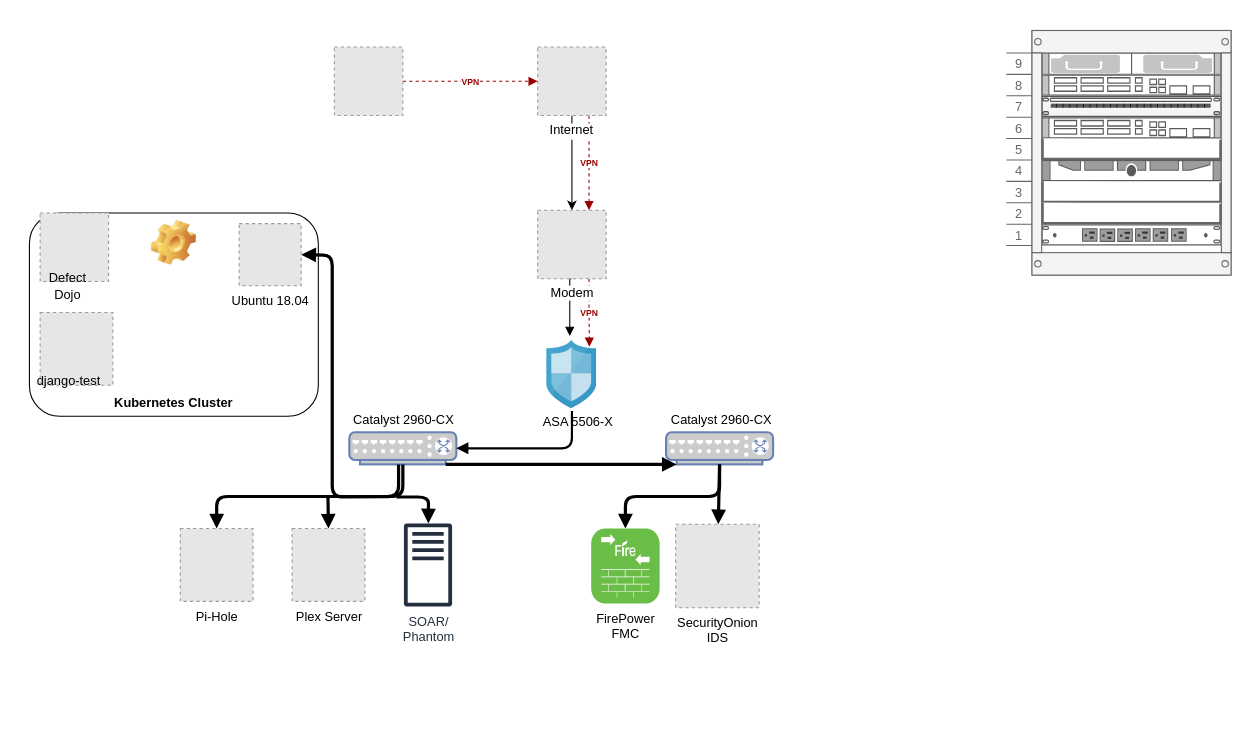
trae-horton/SOAR keeps this draw.io diagram as HomeLab.drawio. Above is the earlier version. Source tidied: cells renumbered, new cells numbered last; positions are measured from the earlier drawing's top-left corner, leaving out a move shared by most shapes. Both pictures are drawn from the tidied source at 107%, with x=0, y=0 at pixel (29, 30). Pictures stored in the file or linked from it are replaced by grey dashed boxes.
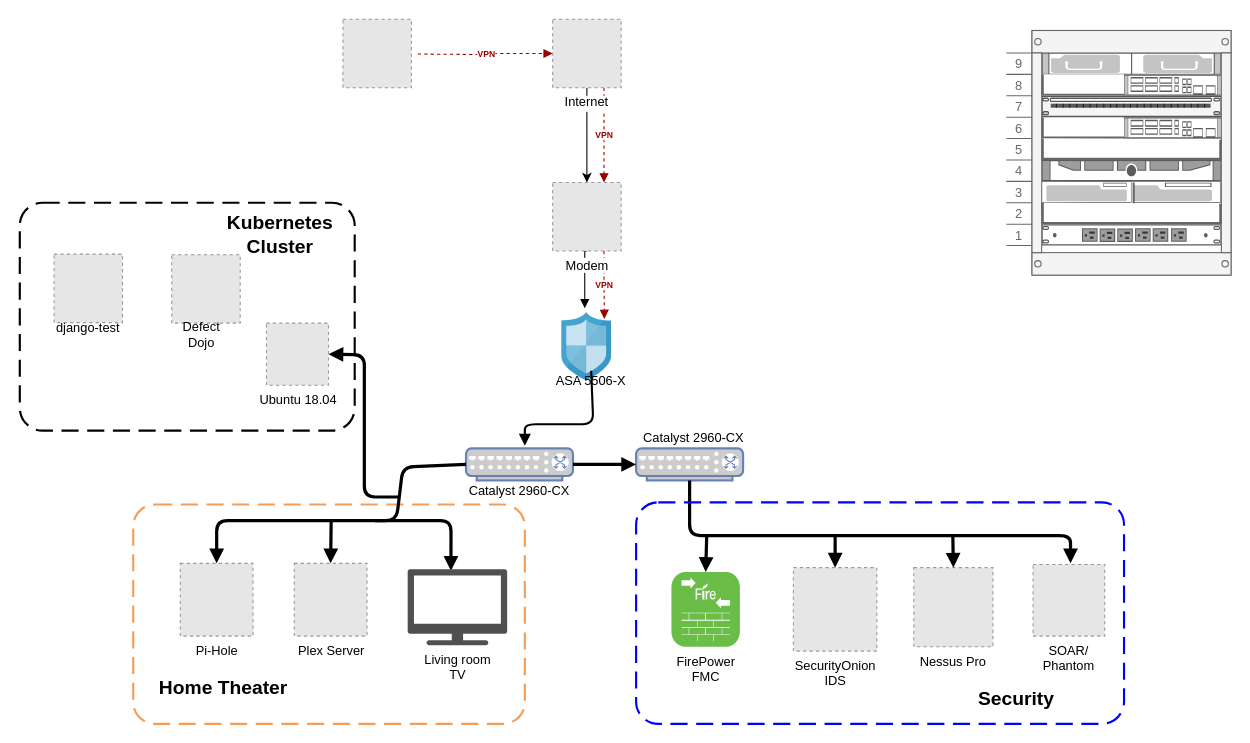
After the change.

The change refers to these unchanged cells:
```xml
<mxCell id="12" style="strokeColor=#666666;html=1;verticalLabelPosition=bottom;labelBackgroundColor=#ffffff;verticalAlign=top;shadow=0;dashed=0;shape=mxgraph.rackGeneral.container;fillColor2=#f4f4f4;fillColor=#ffffff;allowGaps=1;textColor=#666666;numDisp=ascend;" parent="1" vertex="1">
  <mxGeometry x="913" width="210" height="228.6" as="geometry" />
</mxCell>
```

Change to the diagram source:
```diff
@@
-    <mxCell id="2" value="Kubernetes Cluster" style="label;whiteSpace=wrap;html=1;align=center;verticalAlign=bottom;spacingLeft=0;spacingBottom=4;imageAlign=center;imageVerticalAlign=top;image=img/clipart/Gear_128x128.png;" parent="1" vertex="1">
-      <mxGeometry y="170.5" width="270" height="190" as="geometry" />
-    </mxCell>
+    <mxCell id="45" style="rounded=1;arcSize=10;dashed=1;strokeColor=#F59D56;fillColor=none;gradientColor=none;dashPattern=8 4;strokeWidth=2;" parent="1" vertex="1">
+      <mxGeometry x="97" y="443" width="366" height="205" as="geometry" />
+    </mxCell>
+    <mxCell id="46" style="rounded=1;arcSize=10;dashed=1;strokeColor=#000000;fillColor=none;gradientColor=none;dashPattern=8 4;strokeWidth=2;" parent="1" vertex="1">
+      <mxGeometry x="-9" y="161" width="313" height="213" as="geometry" />
+    </mxCell>
@@
     <mxCell id="5" value="Internet" style="fillColor=#E6E6E6;strokeColor=#999999;dashed=1;verticalLabelPosition=bottom;verticalAlign=top;labelBackgroundColor=#ffffff;" parent="1" vertex="1">
-      <mxGeometry x="475" y="15.5" width="64" height="64" as="geometry" />
+      <mxGeometry x="489" y="-10.5" width="64" height="64" as="geometry" />
     </mxCell>
@@
     <mxCell id="7" style="edgeStyle=orthogonalEdgeStyle;rounded=0;jettySize=auto;html=1;exitX=0.5;exitY=1;exitDx=0;exitDy=0;endArrow=block;endFill=1;strokeColor=#000000;fontSize=8;fontColor=#990000;" parent="1" edge="1" source="8">
       <mxGeometry relative="1" as="geometry">
-        <mxPoint x="505" y="285.5" as="targetPoint" />
+        <mxPoint x="519" y="259.5" as="targetPoint" />
         <Array as="points">
-          <mxPoint x="505" y="231.5" />
+          <mxPoint x="519" y="205.5" />
         </Array>
       </mxGeometry>
     </mxCell>
     <mxCell id="8" value="Modem" style="fillColor=#E6E6E6;strokeColor=#999999;dashed=1;html=1;verticalAlign=top;verticalLabelPosition=bottom;labelBackgroundColor=#ffffff;" parent="1" vertex="1">
-      <mxGeometry x="475" y="168" width="64" height="64" as="geometry" />
+      <mxGeometry x="489" y="142" width="64" height="64" as="geometry" />
     </mxCell>
     <mxCell id="9" style="html=1;perimeter=none;align=center;shadow=0;dashed=0;image;fontSize=12;image=img/lib/mscae/ShieldFirewall.svg;" parent="1" vertex="1">
-      <mxGeometry x="483.5" y="289.5" width="46.7" height="64" as="geometry" />
+      <mxGeometry x="497.5" y="263.5" width="46.7" height="64" as="geometry" />
     </mxCell>
-    <mxCell id="10" value="VPN" style="edgeStyle=orthogonalEdgeStyle;rounded=0;jettySize=auto;html=1;exitX=1;exitY=0.5;exitDx=0;exitDy=0;entryX=0;entryY=0.5;entryDx=0;entryDy=0;dashed=1;gradientColor=#ea6b66;fillColor=#f8cecc;strokeColor=#990000;endArrow=block;endFill=1;fontSize=8;fontStyle=1;fontColor=#990000;" parent="1" edge="1" source="11" target="5">
-      <mxGeometry relative="1" as="geometry" />
+    <mxCell id="10" value="VPN" style="edgeStyle=orthogonalEdgeStyle;rounded=0;jettySize=auto;html=1;exitX=1;exitY=0.5;exitDx=0;exitDy=0;entryX=0;entryY=0.5;entryDx=0;entryDy=0;dashed=1;gradientColor=#ea6b66;fillColor=#f8cecc;strokeColor=#990000;endArrow=block;endFill=1;fontSize=8;fontStyle=1;fontColor=#990000;" parent="1" edge="1" target="5">
+      <mxGeometry relative="1" as="geometry">
+        <mxPoint x="363" y="22" as="sourcePoint" />
+      </mxGeometry>
     </mxCell>
     <mxCell id="11" style="fillColor=#E6E6E6;strokeColor=#999999;dashed=1;html=1;verticalAlign=top;verticalLabelPosition=bottom;labelBackgroundColor=#ffffff;" parent="1" vertex="1">
-      <mxGeometry x="285" y="15.5" width="64" height="64" as="geometry" />
+      <mxGeometry x="293" y="-10.5" width="64" height="64" as="geometry" />
     </mxCell>
@@
-    <mxCell id="13" style="shape=mxgraph.rack.cisco.cisco_asa_5585-x_adaptive_security_appliance;html=1;labelPosition=right;align=left;spacingLeft=15;dashed=0;shadow=0;fillColor=#ffffff;" parent="12" vertex="1">
-      <mxGeometry x="33" y="21" width="168" height="20" as="geometry" />
-    </mxCell>
-    <mxCell id="14" style="shape=mxgraph.rack.cisco.cisco_catalyst_4928_10_gigabit_ethernet_switch;html=1;labelPosition=right;align=left;spacingLeft=15;dashed=0;shadow=0;fillColor=#ffffff;" parent="12" vertex="1">
-      <mxGeometry x="33" y="41" width="168" height="20" as="geometry" />
-    </mxCell>
-    <mxCell id="15" style="strokeColor=#666666;html=1;labelPosition=right;align=left;spacingLeft=15;shadow=0;dashed=0;fillColor=#f5f5f5;shape=mxgraph.rack.general.cat5e_rack_mount_patch_panel_24_ports;fontColor=#333333;" parent="12" vertex="1">
-      <mxGeometry x="33" y="61" width="168" height="20" as="geometry" />
-    </mxCell>
-    <mxCell id="16" style="shape=mxgraph.rack.cisco.cisco_catalyst_4928_10_gigabit_ethernet_switch;html=1;labelPosition=right;align=left;spacingLeft=15;dashed=0;shadow=0;fillColor=#ffffff;" parent="12" vertex="1">
-      <mxGeometry x="33" y="81" width="168" height="20" as="geometry" />
-    </mxCell>
-    <mxCell id="17" style="strokeColor=#666666;html=1;labelPosition=right;align=left;spacingLeft=15;shadow=0;dashed=0;fillColor=#ffffff;shape=mxgraph.rackGeneral.shelf;" parent="12" vertex="1">
-      <mxGeometry x="33" y="101" width="168" height="20" as="geometry" />
-    </mxCell>
-    <mxCell id="18" style="shape=mxgraph.rack.dell.dell_poweredge_1u;html=1;labelPosition=right;align=left;spacingLeft=15;dashed=0;shadow=0;fillColor=#ffffff;" parent="12" vertex="1">
-      <mxGeometry x="33" y="121" width="168" height="20" as="geometry" />
-    </mxCell>
-    <mxCell id="19" style="strokeColor=#666666;html=1;labelPosition=right;align=left;spacingLeft=15;shadow=0;dashed=0;fillColor=#ffffff;shape=mxgraph.rackGeneral.shelf;" parent="12" vertex="1">
-      <mxGeometry x="33" y="141" width="168" height="20" as="geometry" />
-    </mxCell>
-    <mxCell id="20" style="strokeColor=#666666;html=1;labelPosition=right;align=left;spacingLeft=15;shadow=0;dashed=0;fillColor=#ffffff;shape=mxgraph.rackGeneral.shelf;" parent="12" vertex="1">
-      <mxGeometry x="33" y="161" width="168" height="20" as="geometry" />
-    </mxCell>
-    <mxCell id="21" style="shape=mxgraph.rack.dell.power_strip;html=1;labelPosition=right;align=left;spacingLeft=15;dashed=0;shadow=0;fillColor=#ffffff;" parent="12" vertex="1">
-      <mxGeometry x="33" y="181" width="168" height="20" as="geometry" />
-    </mxCell>
+    <mxCell id="47" style="strokeColor=#666666;html=1;labelPosition=right;align=left;spacingLeft=15;shadow=0;dashed=0;fillColor=#ffffff;shape=mxgraph.rackGeneral.shelf;" parent="12" vertex="1">
+      <mxGeometry x="33" y="41" width="168" height="20" as="geometry" />
+    </mxCell>
+    <mxCell id="48" style="strokeColor=#666666;html=1;labelPosition=right;align=left;spacingLeft=15;shadow=0;dashed=0;fillColor=#ffffff;shape=mxgraph.rackGeneral.shelf;" parent="12" vertex="1">
+      <mxGeometry x="33" y="81" width="168" height="20" as="geometry" />
+    </mxCell>
+    <mxCell id="49" style="shape=mxgraph.rack.oracle.netra_x4270_server;html=1;labelPosition=right;align=left;spacingLeft=15;dashed=0;shadow=0;fillColor=#ffffff;" parent="12" vertex="1">
+      <mxGeometry x="33" y="141" width="168" height="20" as="geometry" />
+    </mxCell>
     <mxCell id="22" style="fontColor=#0066CC;verticalAlign=top;verticalLabelPosition=bottom;labelPosition=center;align=center;html=1;outlineConnect=0;fillColor=#CCCCCC;strokeColor=#6881B3;gradientColor=none;gradientDirection=north;strokeWidth=2;shape=mxgraph.networks.switch;" parent="1" vertex="1">
-      <mxGeometry x="299" y="375.5" width="100" height="30" as="geometry" />
+      <mxGeometry x="408" y="390.5" width="100" height="30" as="geometry" />
     </mxCell>
     <mxCell id="23" style="fontColor=#0066CC;verticalAlign=top;verticalLabelPosition=bottom;labelPosition=center;align=center;html=1;outlineConnect=0;fillColor=#CCCCCC;strokeColor=#6881B3;gradientColor=none;gradientDirection=north;strokeWidth=2;shape=mxgraph.networks.switch;" parent="1" vertex="1">
-      <mxGeometry x="595" y="375.5" width="100" height="30" as="geometry" />
+      <mxGeometry x="567" y="390.5" width="100" height="30" as="geometry" />
     </mxCell>
-    <mxCell id="24" style="endArrow=block;html=1;entryX=1;entryY=0.5;entryDx=0;entryDy=0;entryPerimeter=0;endFill=1;strokeWidth=2;" parent="1" edge="1" target="22">
+    <mxCell id="24" style="endArrow=block;html=1;endFill=1;strokeWidth=2;exitX=0.5;exitY=0;exitDx=0;exitDy=0;" parent="1" edge="1" source="25">
       <mxGeometry relative="1" as="geometry">
-        <mxPoint x="507" y="355.5" as="sourcePoint" />
+        <mxPoint x="463" y="388" as="targetPoint" />
         <Array as="points">
-          <mxPoint x="507" y="390.5" />
+          <mxPoint x="527" y="368" />
+          <mxPoint x="463" y="368" />
         </Array>
       </mxGeometry>
     </mxCell>
     <mxCell id="25" value="ASA 5506-X" style="text;html=1;strokeColor=none;fillColor=none;align=center;verticalAlign=middle;whiteSpace=wrap;rounded=0;" parent="1" vertex="1">
-      <mxGeometry x="473" y="355.5" width="80" height="20" as="geometry" />
+      <mxGeometry x="487" y="318" width="76" height="20" as="geometry" />
     </mxCell>
     <mxCell id="26" value="Pi-Hole" style="fillColor=#E6E6E6;strokeColor=#999999;dashed=1;html=1;verticalAlign=top;verticalLabelPosition=bottom;labelBackgroundColor=#ffffff;" parent="1" vertex="1">
-      <mxGeometry x="141" y="465.5" width="68" height="68" as="geometry" />
+      <mxGeometry x="141" y="498" width="68" height="68" as="geometry" />
     </mxCell>
-    <mxCell id="27" style="endArrow=block;html=1;strokeWidth=3;entryX=0.5;entryY=0;entryDx=0;entryDy=0;exitX=0.5;exitY=1;exitDx=0;exitDy=0;exitPerimeter=0;endFill=1;" parent="1" edge="1" source="22" target="26">
+    <mxCell id="27" style="endArrow=block;html=1;strokeWidth=3;entryX=0.5;entryY=0;entryDx=0;entryDy=0;exitX=0;exitY=0.5;exitDx=0;exitDy=0;exitPerimeter=0;endFill=1;" parent="1" edge="1" source="22" target="26">
       <mxGeometry relative="1" as="geometry">
         <Array as="points">
-          <mxPoint x="349" y="435.5" />
-          <mxPoint x="175" y="435.5" />
+          <mxPoint x="349" y="408" />
+          <mxPoint x="343" y="458" />
+          <mxPoint x="175" y="458" />
         </Array>
       </mxGeometry>
     </mxCell>
     <mxCell id="28" value="Plex Server" style="fillColor=#E6E6E6;strokeColor=#999999;dashed=1;html=1;verticalAlign=top;verticalLabelPosition=bottom;labelBackgroundColor=#ffffff;" parent="1" vertex="1">
-      <mxGeometry x="245.5" y="465.5" width="68" height="68" as="geometry" />
+      <mxGeometry x="247.5" y="498" width="68" height="68" as="geometry" />
     </mxCell>
     <mxCell id="29" style="endArrow=block;html=1;strokeWidth=3;entryX=0.5;entryY=0;entryDx=0;entryDy=0;endFill=1;" parent="1" edge="1" target="28">
       <mxGeometry relative="1" as="geometry">
-        <mxPoint x="279" y="435.5" as="sourcePoint" />
+        <mxPoint x="282" y="458" as="sourcePoint" />
       </mxGeometry>
     </mxCell>
-    <mxCell id="30" value="SOAR/&lt;br&gt;Phantom" style="outlineConnect=0;fontColor=#232F3E;gradientColor=none;fillColor=#232F3E;strokeColor=none;dashed=0;verticalLabelPosition=bottom;verticalAlign=top;align=center;html=1;fontSize=12;fontStyle=0;shape=mxgraph.aws4.traditional_server;" parent="1" vertex="1">
-      <mxGeometry x="350" y="460.5" width="45" height="78" as="geometry" />
-    </mxCell>
     <mxCell id="31" style="endArrow=block;html=1;strokeWidth=3;endFill=1;entryX=1;entryY=0.5;entryDx=0;entryDy=0;" parent="1" edge="1" target="40">
       <mxGeometry relative="1" as="geometry">
-        <mxPoint x="345" y="405.5" as="sourcePoint" />
+        <mxPoint x="345" y="436" as="sourcePoint" />
         <Array as="points">
           <mxPoint x="345" y="435.5" />
-          <mxPoint x="283" y="436" />
-          <mxPoint x="283" y="210" />
+          <mxPoint x="313" y="436" />
+          <mxPoint x="313" y="303" />
         </Array>
       </mxGeometry>
     </mxCell>
-    <mxCell id="32" style="endArrow=block;html=1;strokeWidth=3;endFill=1;" parent="1" edge="1" target="30">
+    <mxCell id="32" style="endArrow=block;html=1;strokeWidth=3;endFill=1;entryX=0.435;entryY=0.021;entryDx=0;entryDy=0;entryPerimeter=0;" parent="1" edge="1" target="56">
       <mxGeometry relative="1" as="geometry">
-        <mxPoint x="343" y="436" as="sourcePoint" />
+        <mxPoint x="323" y="458" as="sourcePoint" />
         <Array as="points">
-          <mxPoint x="373" y="436" />
+          <mxPoint x="394" y="458" />
         </Array>
       </mxGeometry>
     </mxCell>
-    <mxCell id="33" style="endArrow=block;html=1;strokeWidth=3;exitX=0.5;exitY=1;exitDx=0;exitDy=0;exitPerimeter=0;endFill=1;entryX=0.5;entryY=0;entryDx=0;entryDy=0;entryPerimeter=0;" parent="1" edge="1" source="23" target="34">
-      <mxGeometry relative="1" as="geometry">
-        <Array as="points">
-          <mxPoint x="645" y="435.5" />
-          <mxPoint x="557" y="435.5" />
-        </Array>
-      </mxGeometry>
-    </mxCell>
     <mxCell id="34" value="FirePower&lt;br&gt;FMC" style="verticalLabelPosition=bottom;html=1;fillColor=#6ABD46;verticalAlign=top;align=center;points=[[0.06,0.06,0],[0.94,0.06,0],[0.94,0.94,0],[0.06,0.94,0],[0.25,0,0],[0.5,0,0],[0.75,0,0],[1,0.25,0],[1,0.5,0],[1,0.75,0],[0.75,1,0],[0.5,1,0],[0.25,1,0],[0,0.75,0],[0,0.5,0],[0,0.25,0]];shape=mxgraph.cisco_safe.architecture.firepower_appliance;" parent="1" vertex="1">
-      <mxGeometry x="525" y="465.5" width="64" height="70" as="geometry" />
+      <mxGeometry x="600" y="506" width="64" height="70" as="geometry" />
     </mxCell>
-    <mxCell id="35" style="endArrow=block;html=1;strokeWidth=3;entryX=0.1;entryY=1;entryDx=0;entryDy=0;entryPerimeter=0;exitX=0.9;exitY=1;exitDx=0;exitDy=0;exitPerimeter=0;endFill=1;" parent="1" edge="1" source="22" target="23">
-      <mxGeometry relative="1" as="geometry" />
-    </mxCell>
     <mxCell id="36" value="Catalyst 2960-CX" style="text;html=1;strokeColor=none;fillColor=none;align=center;verticalAlign=middle;whiteSpace=wrap;rounded=0;" parent="1" vertex="1">
-      <mxGeometry x="292" y="353.5" width="116" height="20" as="geometry" />
+      <mxGeometry x="400" y="420.5" width="116" height="20" as="geometry" />
     </mxCell>
     <mxCell id="37" value="Catalyst 2960-CX" style="text;html=1;strokeColor=none;fillColor=none;align=center;verticalAlign=middle;whiteSpace=wrap;rounded=0;" parent="1" vertex="1">
-      <mxGeometry x="589" y="353.5" width="116" height="20" as="geometry" />
+      <mxGeometry x="563" y="370.5" width="116" height="20" as="geometry" />
     </mxCell>
     <mxCell id="38" value="SecurityOnion&lt;br&gt;IDS" style="fillColor=#E6E6E6;strokeColor=#999999;dashed=1;html=1;verticalAlign=top;verticalLabelPosition=bottom;labelBackgroundColor=#ffffff;" parent="1" vertex="1">
-      <mxGeometry x="604" y="461.5" width="78" height="78" as="geometry" />
+      <mxGeometry x="714" y="502" width="78" height="78" as="geometry" />
     </mxCell>
-    <mxCell id="39" style="endArrow=block;html=1;strokeWidth=3;endFill=1;" parent="1" edge="1" target="38">
-      <mxGeometry relative="1" as="geometry">
-        <mxPoint x="645" y="405.5" as="sourcePoint" />
-      </mxGeometry>
-    </mxCell>
     <mxCell id="40" value="Ubuntu 18.04" style="fillColor=#E6E6E6;strokeColor=#999999;dashed=1;html=1;verticalAlign=top;verticalLabelPosition=bottom;labelBackgroundColor=#ffffff;" parent="1" vertex="1">
-      <mxGeometry x="196" y="180.5" width="58" height="58" as="geometry" />
+      <mxGeometry x="221.5" y="273.5" width="58" height="58" as="geometry" />
     </mxCell>
     <mxCell id="41" style="fillColor=#E6E6E6;strokeColor=#999999;dashed=1;html=1;verticalAlign=top;verticalLabelPosition=bottom;labelBackgroundColor=#ffffff;" parent="1" vertex="1">
-      <mxGeometry x="10" y="170.5" width="64" height="64" as="geometry" />
+      <mxGeometry x="133" y="209.5" width="64" height="64" as="geometry" />
     </mxCell>
     <mxCell id="42" style="fillColor=#E6E6E6;strokeColor=#999999;dashed=1;html=1;verticalAlign=top;verticalLabelPosition=bottom;labelBackgroundColor=#ffffff;" parent="1" vertex="1">
-      <mxGeometry x="10" y="263.5" width="68" height="68" as="geometry" />
+      <mxGeometry x="23" y="209" width="64" height="64" as="geometry" />
     </mxCell>
     <mxCell id="43" value="Defect&lt;br&gt;Dojo" style="text;html=1;strokeColor=none;fillColor=none;align=center;verticalAlign=middle;whiteSpace=wrap;rounded=0;" parent="1" vertex="1">
-      <mxGeometry x="16" y="228.5" width="40" height="20" as="geometry" />
+      <mxGeometry x="141" y="273.5" width="40" height="20" as="geometry" />
     </mxCell>
     <mxCell id="44" value="django-test" style="text;html=1;strokeColor=none;fillColor=none;align=center;verticalAlign=middle;whiteSpace=wrap;rounded=0;" parent="1" vertex="1">
-      <mxGeometry x="2" y="317.5" width="70" height="20" as="geometry" />
+      <mxGeometry x="20" y="267.5" width="70" height="20" as="geometry" />
     </mxCell>
+    <mxCell id="13" style="shape=mxgraph.rack.cisco.cisco_asa_5585-x_adaptive_security_appliance;html=1;labelPosition=right;align=left;spacingLeft=15;dashed=0;shadow=0;fillColor=#ffffff;" parent="1" vertex="1">
+      <mxGeometry x="946" y="21" width="168" height="20" as="geometry" />
+    </mxCell>
+    <mxCell id="14" style="shape=mxgraph.rack.cisco.cisco_catalyst_4928_10_gigabit_ethernet_switch;html=1;labelPosition=right;align=left;spacingLeft=15;dashed=0;shadow=0;fillColor=#ffffff;" parent="1" vertex="1">
+      <mxGeometry x="1023" y="41" width="91" height="20" as="geometry" />
+    </mxCell>
+    <mxCell id="15" style="strokeColor=#666666;html=1;labelPosition=right;align=left;spacingLeft=15;shadow=0;dashed=0;fillColor=#f5f5f5;shape=mxgraph.rack.general.cat5e_rack_mount_patch_panel_24_ports;fontColor=#333333;" parent="1" vertex="1">
+      <mxGeometry x="946" y="61" width="168" height="20" as="geometry" />
+    </mxCell>
+    <mxCell id="16" style="shape=mxgraph.rack.cisco.cisco_catalyst_4928_10_gigabit_ethernet_switch;html=1;labelPosition=right;align=left;spacingLeft=15;dashed=0;shadow=0;fillColor=#ffffff;" parent="1" vertex="1">
+      <mxGeometry x="1023" y="81" width="91" height="20" as="geometry" />
+    </mxCell>
+    <mxCell id="17" style="strokeColor=#666666;html=1;labelPosition=right;align=left;spacingLeft=15;shadow=0;dashed=0;fillColor=#ffffff;shape=mxgraph.rackGeneral.shelf;" parent="1" vertex="1">
+      <mxGeometry x="946" y="101" width="168" height="20" as="geometry" />
+    </mxCell>
+    <mxCell id="18" style="shape=mxgraph.rack.dell.dell_poweredge_1u;html=1;labelPosition=right;align=left;spacingLeft=15;dashed=0;shadow=0;fillColor=#ffffff;" parent="1" vertex="1">
+      <mxGeometry x="946" y="121" width="168" height="20" as="geometry" />
+    </mxCell>
+    <mxCell id="19" style="strokeColor=#666666;html=1;labelPosition=right;align=left;spacingLeft=15;shadow=0;dashed=0;fillColor=#ffffff;shape=mxgraph.rackGeneral.shelf;" parent="1" vertex="1">
+      <mxGeometry x="946" y="141" width="87" height="27" as="geometry" />
+    </mxCell>
+    <mxCell id="50" style="shape=mxgraph.rack.oracle.netra_x4270_server;html=1;labelPosition=right;align=left;spacingLeft=15;dashed=0;shadow=0;fillColor=#ffffff;" parent="19" vertex="1">
+      <mxGeometry width="84" height="20" as="geometry" />
+    </mxCell>
+    <mxCell id="20" style="strokeColor=#666666;html=1;labelPosition=right;align=left;spacingLeft=15;shadow=0;dashed=0;fillColor=#ffffff;shape=mxgraph.rackGeneral.shelf;" parent="1" vertex="1">
+      <mxGeometry x="946" y="161" width="168" height="20" as="geometry" />
+    </mxCell>
+    <mxCell id="21" style="shape=mxgraph.rack.dell.power_strip;html=1;labelPosition=right;align=left;spacingLeft=15;dashed=0;shadow=0;fillColor=#ffffff;" parent="1" vertex="1">
+      <mxGeometry x="946" y="181" width="168" height="20" as="geometry" />
+    </mxCell>
+    <mxCell id="51" value="Nessus Pro" style="fillColor=#E6E6E6;strokeColor=#999999;dashed=1;verticalLabelPosition=bottom;verticalAlign=top;" parent="1" vertex="1">
+      <mxGeometry x="826.5" y="502" width="74" height="74" as="geometry" />
+    </mxCell>
+    <mxCell id="52" style="endArrow=block;html=1;strokeWidth=3;exitX=0.5;exitY=1;exitDx=0;exitDy=0;exitPerimeter=0;endFill=1;" parent="1" edge="1" source="23">
+      <mxGeometry relative="1" as="geometry">
+        <mxPoint x="973" y="498" as="targetPoint" />
+        <Array as="points">
+          <mxPoint x="617" y="472" />
+          <mxPoint x="973" y="472" />
+        </Array>
+      </mxGeometry>
+    </mxCell>
+    <mxCell id="53" style="endArrow=block;html=1;strokeWidth=3;entryX=0.5;entryY=0;entryDx=0;entryDy=0;endFill=1;" parent="1" edge="1" target="51">
+      <mxGeometry relative="1" as="geometry">
+        <mxPoint x="863" y="472" as="sourcePoint" />
+      </mxGeometry>
+    </mxCell>
+    <mxCell id="54" style="endArrow=block;html=1;strokeWidth=3;entryX=0.5;entryY=0;entryDx=0;entryDy=0;endFill=1;" parent="1" edge="1" target="38">
+      <mxGeometry relative="1" as="geometry">
+        <mxPoint x="753" y="472" as="sourcePoint" />
+      </mxGeometry>
+    </mxCell>
+    <mxCell id="55" style="endArrow=block;html=1;strokeWidth=3;entryX=0.5;entryY=0;entryDx=0;entryDy=0;entryPerimeter=0;endFill=1;" parent="1" edge="1" target="34">
+      <mxGeometry relative="1" as="geometry">
+        <mxPoint x="633" y="472" as="sourcePoint" />
+      </mxGeometry>
+    </mxCell>
+    <mxCell id="35" style="endArrow=block;html=1;strokeWidth=3;exitX=1;exitY=0.5;exitDx=0;exitDy=0;exitPerimeter=0;entryX=0;entryY=0.5;entryDx=0;entryDy=0;entryPerimeter=0;endFill=1;" parent="1" edge="1" source="22" target="23">
+      <mxGeometry relative="1" as="geometry" />
+    </mxCell>
+    <mxCell id="30" value="SOAR/&#10;Phantom" style="fillColor=#E6E6E6;strokeColor=#999999;dashed=1;verticalLabelPosition=bottom;verticalAlign=top;" parent="1" vertex="1">
+      <mxGeometry x="938" y="499" width="67" height="67" as="geometry" />
+    </mxCell>
+    <mxCell id="56" value="Living room&lt;br&gt;TV" style="shadow=0;dashed=0;html=1;strokeColor=none;fillColor=#505050;labelPosition=center;verticalLabelPosition=bottom;verticalAlign=top;outlineConnect=0;align=center;shape=mxgraph.office.devices.tv;" parent="1" vertex="1">
+      <mxGeometry x="353.5" y="503.5" width="93" height="71" as="geometry" />
+    </mxCell>
+    <mxCell id="57" value="Home Theater" style="text;html=1;strokeColor=none;fillColor=none;align=center;verticalAlign=middle;whiteSpace=wrap;rounded=0;fontSize=18;fontStyle=1;" parent="1" vertex="1">
+      <mxGeometry x="111.5" y="605" width="139" height="20" as="geometry" />
+    </mxCell>
+    <mxCell id="58" style="rounded=1;arcSize=10;dashed=1;strokeColor=#0000FF;fillColor=none;gradientColor=none;dashPattern=8 4;strokeWidth=2;" parent="1" vertex="1">
+      <mxGeometry x="567" y="441" width="456" height="207" as="geometry" />
+    </mxCell>
+    <mxCell id="59" value="Security" style="text;html=1;strokeColor=none;fillColor=none;align=center;verticalAlign=middle;whiteSpace=wrap;rounded=0;fontSize=18;fontStyle=1;" parent="1" vertex="1">
+      <mxGeometry x="853" y="615" width="139" height="20" as="geometry" />
+    </mxCell>
+    <mxCell id="2" value="Kubernetes Cluster" style="text;html=1;strokeColor=none;fillColor=none;align=center;verticalAlign=middle;whiteSpace=wrap;rounded=0;fontSize=18;fontStyle=1;" parent="1" vertex="1">
+      <mxGeometry x="165" y="181" width="139" height="20" as="geometry" />
+    </mxCell>
```
